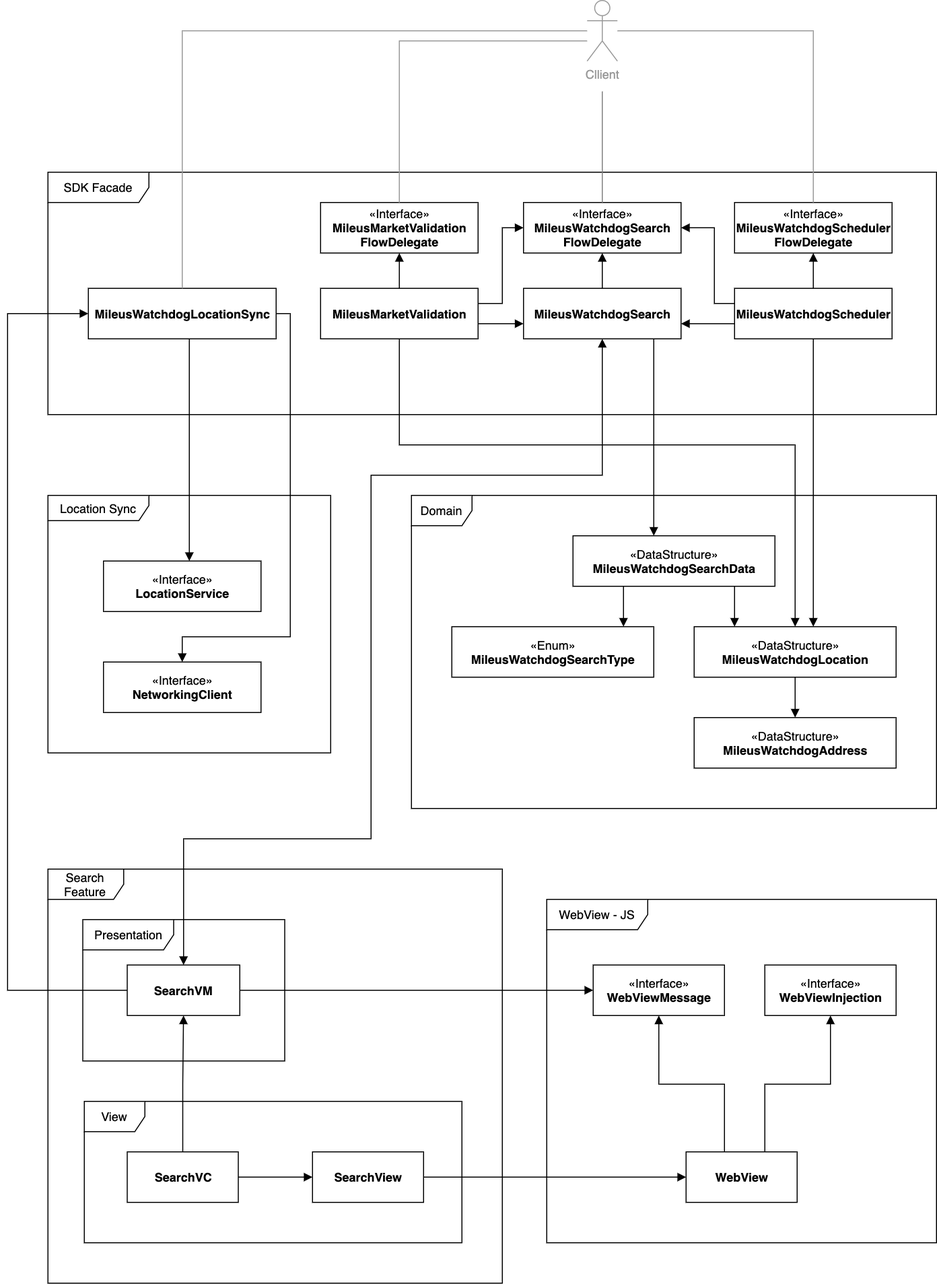
Earlier version of the draw.io export Documentation/MileusInternalSDKClassDiagram.png (mileus/watchdog-sdk-ios). Source tidied: cells renumbered, new cells last; positions are measured from the earlier drawing's top-left corner, leaving out a move shared by most shapes.
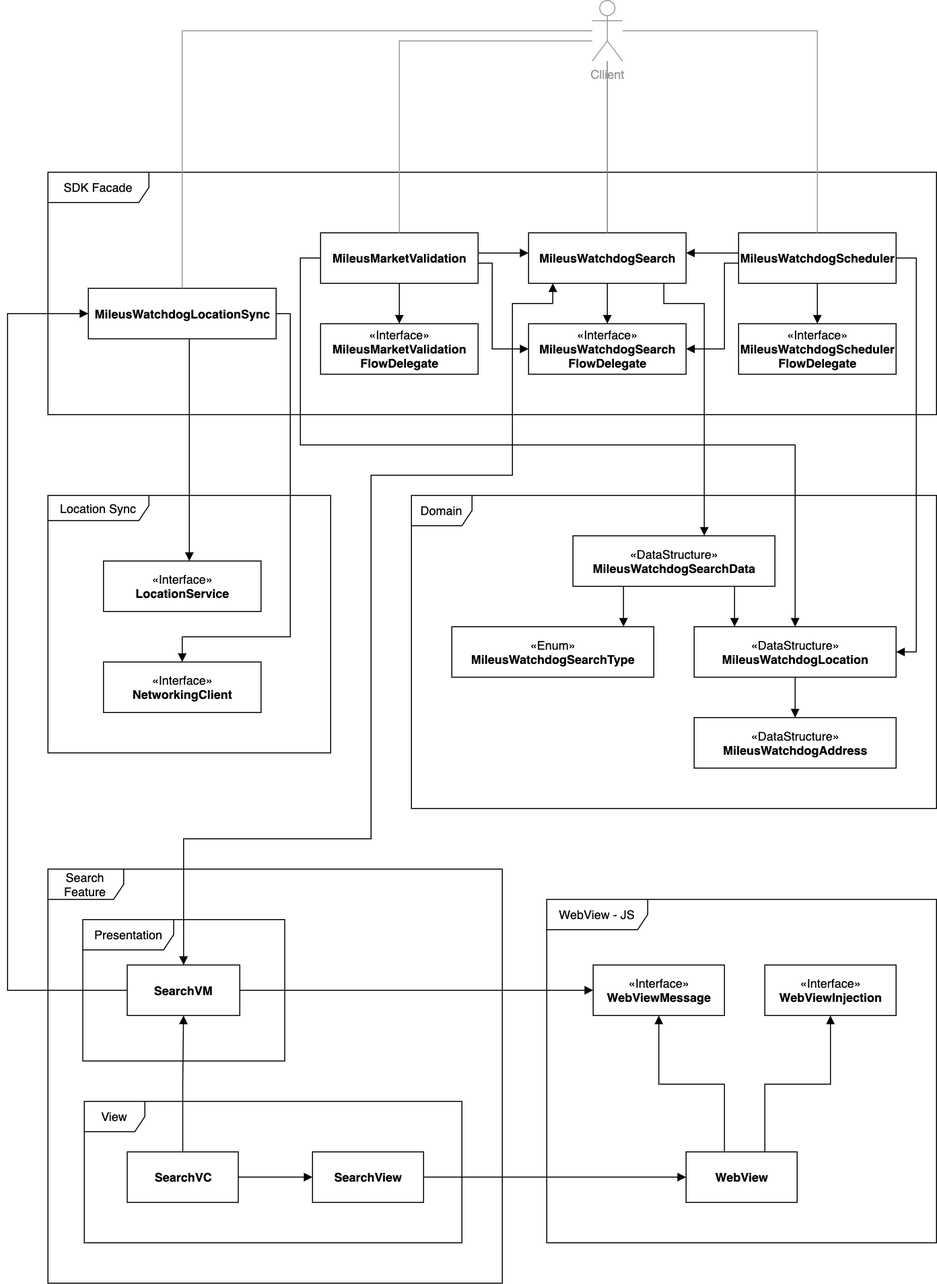
The same file after the commit.

Commit message:
Updated Class Diagram.

Change to the diagram source:
```diff
@@ -41,7 +41,9 @@
           <mxPoint x="174" y="830" />
           <mxPoint x="360" y="830" />
           <mxPoint x="360" y="470" />
-          <mxPoint x="589" y="470" />
+          <mxPoint x="500" y="470" />
+          <mxPoint x="500" y="300" />
+          <mxPoint x="540" y="300" />
         </Array>
       </mxGeometry>
     </mxCell>
@@ -60,78 +62,94 @@
       <mxGeometry x="118.5" y="955" width="111.5" height="50" as="geometry" />
     </mxCell>
     <mxCell id="17" style="edgeStyle=orthogonalEdgeStyle;rounded=0;jettySize=auto;html=1;endArrow=block;endFill=1;" parent="1" edge="1" source="19" target="40">
-      <mxGeometry relative="1" as="geometry" />
+      <mxGeometry relative="1" as="geometry">
+        <Array as="points">
+          <mxPoint x="594" y="290" />
+          <mxPoint x="594" y="290" />
+        </Array>
+      </mxGeometry>
     </mxCell>
     <mxCell id="18" style="edgeStyle=orthogonalEdgeStyle;rounded=0;jettySize=auto;html=1;endArrow=block;endFill=1;strokeColor=#000000;" parent="1" edge="1" source="19" target="34">
       <mxGeometry relative="1" as="geometry">
         <Array as="points">
-          <mxPoint x="640" y="500" />
-          <mxPoint x="640" y="500" />
+          <mxPoint x="650" y="300" />
+          <mxPoint x="690" y="300" />
         </Array>
       </mxGeometry>
     </mxCell>
     <mxCell id="19" value="&lt;b&gt;MileusWatchdogSearch&lt;/b&gt;" style="html=1;" parent="1" vertex="1">
-      <mxGeometry x="511" y="285" width="156" height="50" as="geometry" />
+      <mxGeometry x="516" y="230" width="156" height="50" as="geometry" />
     </mxCell>
     <mxCell id="20" style="edgeStyle=orthogonalEdgeStyle;rounded=0;jettySize=auto;html=1;endArrow=block;endFill=1;" parent="1" edge="1" source="24" target="19">
       <mxGeometry relative="1" as="geometry">
         <Array as="points">
-          <mxPoint x="490" y="320" />
-          <mxPoint x="490" y="320" />
+          <mxPoint x="500" y="250" />
+          <mxPoint x="500" y="250" />
         </Array>
       </mxGeometry>
     </mxCell>
     <mxCell id="21" style="edgeStyle=orthogonalEdgeStyle;rounded=0;jettySize=auto;html=1;endArrow=block;endFill=1;" parent="1" edge="1" source="24" target="39">
-      <mxGeometry relative="1" as="geometry" />
+      <mxGeometry relative="1" as="geometry">
+        <Array as="points">
+          <mxPoint x="388" y="300" />
+          <mxPoint x="388" y="300" />
+        </Array>
+      </mxGeometry>
     </mxCell>
     <mxCell id="22" style="edgeStyle=orthogonalEdgeStyle;rounded=0;jettySize=auto;html=1;endArrow=block;endFill=1;" parent="1" edge="1" source="24" target="40">
       <mxGeometry relative="1" as="geometry">
         <Array as="points">
-          <mxPoint x="490" y="300" />
-          <mxPoint x="490" y="225" />
+          <mxPoint x="480" y="260" />
+          <mxPoint x="480" y="345" />
         </Array>
       </mxGeometry>
     </mxCell>
     <mxCell id="23" style="edgeStyle=orthogonalEdgeStyle;rounded=0;jettySize=auto;html=1;endArrow=block;endFill=1;strokeColor=#000000;" parent="1" edge="1" source="24" target="37">
       <mxGeometry relative="1" as="geometry">
         <Array as="points">
-          <mxPoint x="388" y="440" />
+          <mxPoint x="290" y="255" />
+          <mxPoint x="290" y="440" />
           <mxPoint x="780" y="440" />
         </Array>
       </mxGeometry>
     </mxCell>
     <mxCell id="24" value="&lt;b&gt;MileusMarketValidation&lt;/b&gt;" style="html=1;" parent="1" vertex="1">
-      <mxGeometry x="310" y="285" width="156" height="50" as="geometry" />
+      <mxGeometry x="310" y="230" width="156" height="50" as="geometry" />
     </mxCell>
     <mxCell id="25" style="edgeStyle=orthogonalEdgeStyle;rounded=0;jettySize=auto;html=1;endArrow=block;endFill=1;" parent="1" edge="1" source="29" target="19">
       <mxGeometry relative="1" as="geometry">
         <Array as="points">
-          <mxPoint x="690" y="320" />
-          <mxPoint x="690" y="320" />
+          <mxPoint x="700" y="250" />
+          <mxPoint x="700" y="250" />
         </Array>
       </mxGeometry>
     </mxCell>
     <mxCell id="26" style="edgeStyle=orthogonalEdgeStyle;rounded=0;jettySize=auto;html=1;endArrow=block;endFill=1;" parent="1" edge="1" source="29" target="41">
-      <mxGeometry relative="1" as="geometry" />
+      <mxGeometry relative="1" as="geometry">
+        <Array as="points">
+          <mxPoint x="802" y="300" />
+          <mxPoint x="802" y="300" />
+        </Array>
+      </mxGeometry>
     </mxCell>
     <mxCell id="27" style="edgeStyle=orthogonalEdgeStyle;rounded=0;jettySize=auto;html=1;endArrow=block;endFill=1;" parent="1" edge="1" source="29" target="40">
       <mxGeometry relative="1" as="geometry">
         <Array as="points">
-          <mxPoint x="700" y="300" />
-          <mxPoint x="700" y="225" />
+          <mxPoint x="710" y="260" />
+          <mxPoint x="710" y="345" />
         </Array>
       </mxGeometry>
     </mxCell>
     <mxCell id="28" style="edgeStyle=orthogonalEdgeStyle;rounded=0;jettySize=auto;html=1;endArrow=block;endFill=1;strokeColor=#000000;" parent="1" edge="1" source="29" target="37">
       <mxGeometry relative="1" as="geometry">
         <Array as="points">
-          <mxPoint x="798" y="520" />
-          <mxPoint x="798" y="520" />
+          <mxPoint x="900" y="255" />
+          <mxPoint x="900" y="645" />
         </Array>
       </mxGeometry>
     </mxCell>
     <mxCell id="29" value="&lt;b&gt;MileusWatchdogScheduler&lt;/b&gt;" style="html=1;" parent="1" vertex="1">
-      <mxGeometry x="720" y="285" width="156" height="50" as="geometry" />
+      <mxGeometry x="724" y="230" width="156" height="50" as="geometry" />
     </mxCell>
     <mxCell id="30" style="edgeStyle=orthogonalEdgeStyle;rounded=0;jettySize=auto;html=1;endArrow=block;endFill=1;strokeColor=#000000;" parent="1" edge="1" source="31" target="48">
       <mxGeometry relative="1" as="geometry">
@@ -176,30 +194,28 @@
       <mxGeometry x="680" y="710" width="200" height="50" as="geometry" />
     </mxCell>
     <mxCell id="39" value="«Interface»&lt;b&gt;&lt;br&gt;MileusMarketValidation&lt;br&gt;FlowDelegate&lt;/b&gt;" style="html=1;" parent="1" vertex="1">
-      <mxGeometry x="310" y="200" width="156" height="50" as="geometry" />
+      <mxGeometry x="310" y="320" width="156" height="50" as="geometry" />
     </mxCell>
     <mxCell id="40" value="«Interface»&lt;b&gt;&lt;br&gt;MileusWatchdogSearch&lt;br&gt;FlowDelegate&lt;/b&gt;" style="html=1;" parent="1" vertex="1">
-      <mxGeometry x="511" y="200" width="156" height="50" as="geometry" />
+      <mxGeometry x="516" y="320" width="156" height="50" as="geometry" />
     </mxCell>
     <mxCell id="41" value="«Interface»&lt;b&gt;&lt;br&gt;MileusWatchdogScheduler&lt;br&gt;FlowDelegate&lt;/b&gt;" style="html=1;" parent="1" vertex="1">
-      <mxGeometry x="720" y="200" width="156" height="50" as="geometry" />
+      <mxGeometry x="724" y="320" width="156" height="50" as="geometry" />
     </mxCell>
-    <mxCell id="42" style="edgeStyle=orthogonalEdgeStyle;rounded=0;jettySize=auto;html=1;endArrow=none;endFill=0;strokeColor=#999999;" parent="1" edge="1" source="46" target="39">
+    <mxCell id="42" style="edgeStyle=orthogonalEdgeStyle;rounded=0;jettySize=auto;html=1;endArrow=none;endFill=0;strokeColor=#999999;" parent="1" edge="1" source="46" target="24">
       <mxGeometry relative="1" as="geometry">
         <Array as="points">
           <mxPoint x="388" y="40" />
         </Array>
       </mxGeometry>
     </mxCell>
-    <mxCell id="43" style="edgeStyle=orthogonalEdgeStyle;rounded=0;jettySize=auto;html=1;endArrow=none;endFill=0;strokeColor=#808080;" parent="1" edge="1" target="40">
-      <mxGeometry relative="1" as="geometry">
-        <mxPoint x="589" y="90" as="sourcePoint" />
-      </mxGeometry>
+    <mxCell id="43" style="edgeStyle=orthogonalEdgeStyle;rounded=0;jettySize=auto;html=1;endArrow=none;endFill=0;strokeColor=#808080;" parent="1" edge="1" source="46" target="19">
+      <mxGeometry relative="1" as="geometry" />
     </mxCell>
-    <mxCell id="44" style="edgeStyle=orthogonalEdgeStyle;rounded=0;jettySize=auto;html=1;endArrow=none;endFill=0;strokeColor=#999999;" parent="1" edge="1" source="46" target="41">
+    <mxCell id="44" style="edgeStyle=orthogonalEdgeStyle;rounded=0;jettySize=auto;html=1;endArrow=none;endFill=0;strokeColor=#999999;" parent="1" edge="1" source="46" target="29">
       <mxGeometry relative="1" as="geometry">
         <Array as="points">
-          <mxPoint x="798" y="30" />
+          <mxPoint x="802" y="30" />
         </Array>
       </mxGeometry>
     </mxCell>
@@ -211,7 +227,7 @@
       </mxGeometry>
     </mxCell>
     <mxCell id="46" value="&lt;font color=&quot;#999999&quot;&gt;Cllient&lt;/font&gt;" style="shape=umlActor;verticalLabelPosition=bottom;verticalAlign=top;html=1;strokeColor=#999999;" parent="1" vertex="1">
-      <mxGeometry x="574" width="30" height="60" as="geometry" />
+      <mxGeometry x="579" width="30" height="60" as="geometry" />
     </mxCell>
     <mxCell id="47" value="«Interface»&lt;br&gt;&lt;b&gt;NetworkingClient&lt;/b&gt;" style="html=1;" parent="1" vertex="1">
       <mxGeometry x="95" y="655" width="156" height="50" as="geometry" />
```
